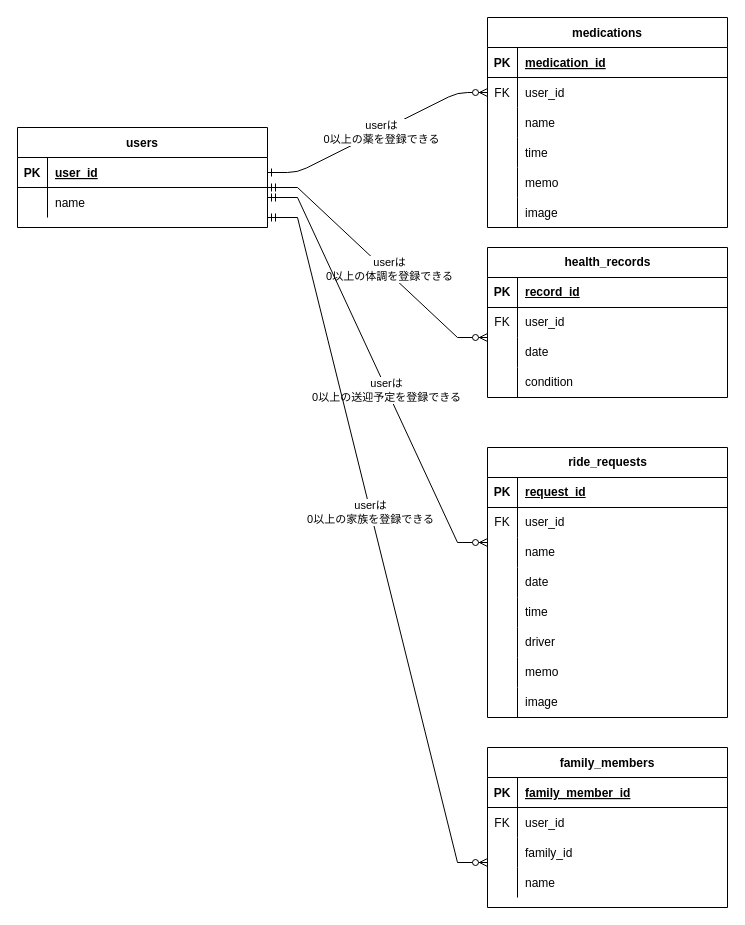
Above: 名称未設定ファイル.drawio in Fumiha/coupleApp (draw.io), before the change. Source tidied: cells renumbered, new cells numbered last; positions are measured from the earlier drawing's top-left corner, leaving out a move shared by most shapes. Both pictures are drawn from the tidied source at 100%, with x=0, y=0 at pixel (17, 17).
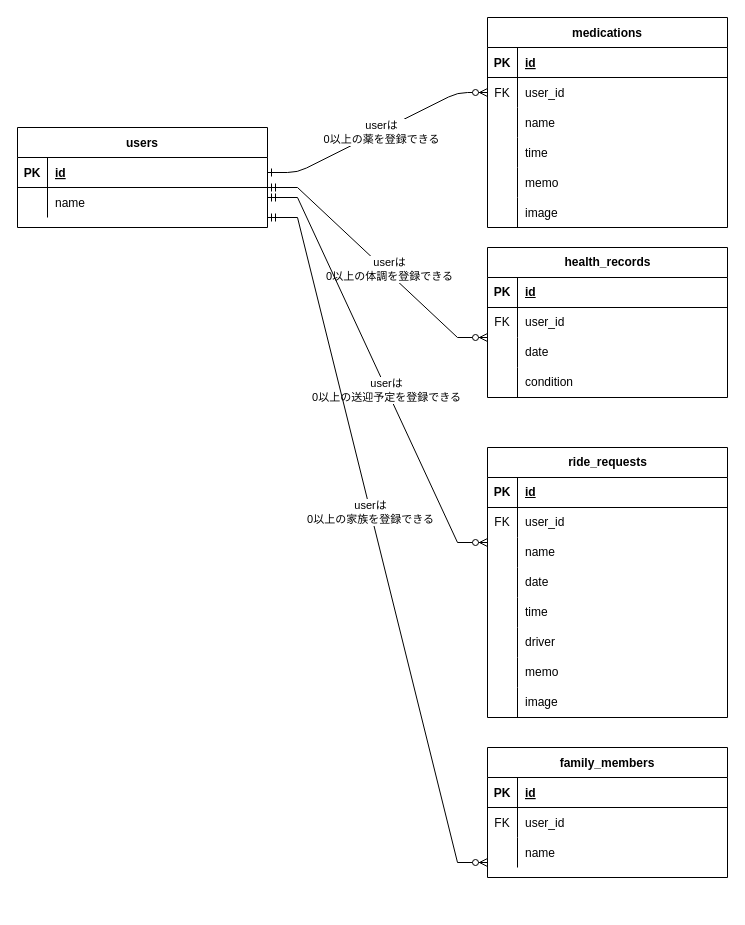
After the change.

Commit message:
名称未設定ファイル.drawio を更新します

The change refers to these unchanged cells:
```xml
<mxCell id="5" style="shape=partialRectangle;fillColor=none;top=0;left=0;right=0;bottom=1;" parent="4" vertex="1">
  <mxGeometry y="30" width="240" height="30" as="geometry" />
</mxCell>
<mxCell id="24" style="shape=partialRectangle;fillColor=none;top=0;left=0;right=0;bottom=1;" parent="23" vertex="1">
  <mxGeometry y="30" width="240" height="30" as="geometry" />
</mxCell>
<mxCell id="37" style="shape=partialRectangle;fillColor=none;points=[[0,0.5],[1,0.5]];portConstraint=eastwest;top=0;left=0;right=0;bottom=1;" parent="36" vertex="1">
  <mxGeometry y="30" width="250" height="30" as="geometry" />
</mxCell>
<mxCell id="44" style="shape=tableRow;horizontal=0;startSize=0;swimlaneHead=0;swimlaneBody=0;fillColor=none;top=0;left=0;right=0;bottom=1;" parent="43" vertex="1">
  <mxGeometry y="30" width="240" height="30" as="geometry" />
</mxCell>
<mxCell id="69" style="shape=tableRow;horizontal=0;startSize=0;swimlaneHead=0;swimlaneBody=0;fillColor=none;top=0;left=0;right=0;bottom=1;" parent="68" vertex="1">
  <mxGeometry y="30" width="240" height="30" as="geometry" />
</mxCell>
```

Change to the diagram source:
```diff
@@
-    <mxCell id="7" value="medication_id" style="shape=partialRectangle;overflow=hidden;fillColor=none;top=0;left=0;bottom=0;right=0;align=left;spacingLeft=6;fontStyle=5;" parent="5" vertex="1">
+    <mxCell id="7" value="id" style="shape=partialRectangle;overflow=hidden;fillColor=none;top=0;left=0;bottom=0;right=0;align=left;spacingLeft=6;fontStyle=5;" parent="5" vertex="1">
       <mxGeometry x="30" width="210" height="30" as="geometry" />
     </mxCell>
@@
     <mxCell id="23" value="family_members" style="shape=table;startSize=30;childLayout=tableLayout;rowLines=0;fontStyle=1;align=center;" parent="1" vertex="1">
-      <mxGeometry x="470" y="730" width="240" height="160" as="geometry" />
+      <mxGeometry x="470" y="730" width="240" height="130" as="geometry" />
     </mxCell>
@@
-    <mxCell id="26" value="family_member_id" style="shape=partialRectangle;overflow=hidden;fillColor=none;top=0;left=0;bottom=0;right=0;align=left;spacingLeft=6;fontStyle=5;" parent="24" vertex="1">
+    <mxCell id="26" value="id" style="shape=partialRectangle;overflow=hidden;fillColor=none;top=0;left=0;bottom=0;right=0;align=left;spacingLeft=6;fontStyle=5;" parent="24" vertex="1">
       <mxGeometry x="30" width="210" height="30" as="geometry" />
     </mxCell>
@@
-    <mxCell id="30" style="shape=partialRectangle;fillColor=none;top=0;left=0;right=0;bottom=0;" parent="23" vertex="1">
-      <mxGeometry y="90" width="240" height="30" as="geometry" />
-    </mxCell>
-    <mxCell id="31" style="shape=partialRectangle;overflow=hidden;fillColor=none;top=0;left=0;bottom=0;right=0;" parent="30" vertex="1">
-      <mxGeometry width="30" height="30" as="geometry" />
-    </mxCell>
-    <mxCell id="32" value="family_id" style="shape=partialRectangle;overflow=hidden;fillColor=none;top=0;left=0;bottom=0;right=0;align=left;spacingLeft=6;" parent="30" vertex="1">
-      <mxGeometry x="30" width="210" height="30" as="geometry" />
-    </mxCell>
     <mxCell id="33" style="shape=partialRectangle;fillColor=none;top=0;left=0;right=0;bottom=0;" parent="23" vertex="1">
-      <mxGeometry y="120" width="240" height="30" as="geometry" />
+      <mxGeometry y="90" width="240" height="30" as="geometry" />
     </mxCell>
@@
-    <mxCell id="39" value="user_id" style="shape=partialRectangle;overflow=hidden;fillColor=none;top=0;left=0;bottom=0;right=0;align=left;spacingLeft=6;fontStyle=5;" parent="37" vertex="1">
+    <mxCell id="39" value="id" style="shape=partialRectangle;overflow=hidden;fillColor=none;top=0;left=0;bottom=0;right=0;align=left;spacingLeft=6;fontStyle=5;" parent="37" vertex="1">
       <mxGeometry x="30" width="220" height="30" as="geometry" />
     </mxCell>
@@
-    <mxCell id="46" value="request_id" style="shape=partialRectangle;fillColor=none;top=0;left=0;bottom=0;right=0;align=left;spacingLeft=6;fontStyle=5;overflow=hidden;whiteSpace=wrap;html=1;" parent="44" vertex="1">
+    <mxCell id="46" value="id" style="shape=partialRectangle;fillColor=none;top=0;left=0;bottom=0;right=0;align=left;spacingLeft=6;fontStyle=5;overflow=hidden;whiteSpace=wrap;html=1;" parent="44" vertex="1">
       <mxGeometry x="30" width="210" height="30" as="geometry" />
     </mxCell>
@@
-    <mxCell id="71" value="record_id" style="shape=partialRectangle;fillColor=none;top=0;left=0;bottom=0;right=0;align=left;spacingLeft=6;fontStyle=5;overflow=hidden;whiteSpace=wrap;html=1;" parent="69" vertex="1">
+    <mxCell id="71" value="id" style="shape=partialRectangle;fillColor=none;top=0;left=0;bottom=0;right=0;align=left;spacingLeft=6;fontStyle=5;overflow=hidden;whiteSpace=wrap;html=1;" parent="69" vertex="1">
       <mxGeometry x="30" width="210" height="30" as="geometry" />
     </mxCell>
```
